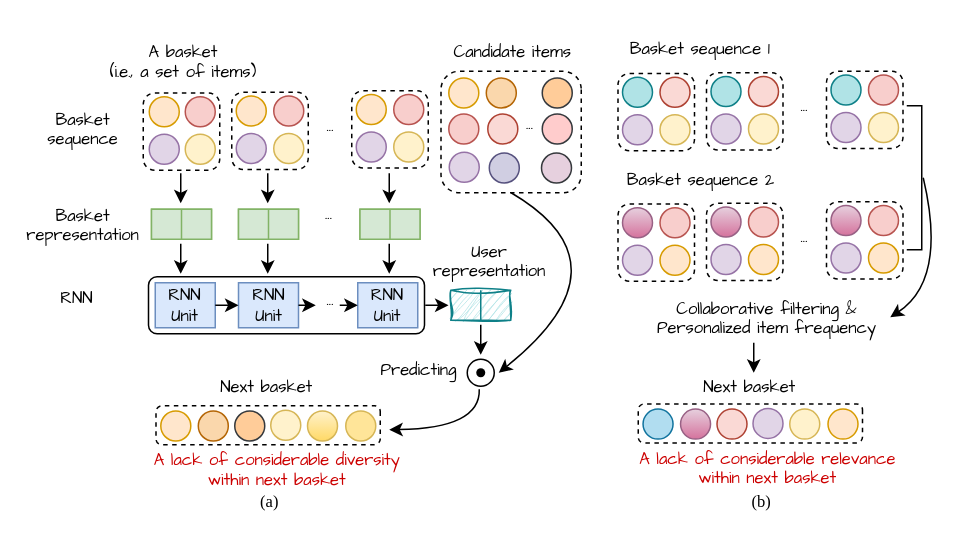
wenqisun/data keeps this draw.io diagram as 未命名绘图.drawio. Above is the earlier version. Source tidied: cells renumbered, new cells numbered last; positions are measured from the earlier drawing's top-left corner, leaving out a move shared by most shapes. Both pictures are drawn from the tidied source at 150%, with x=0, y=0 at pixel (32, 26).
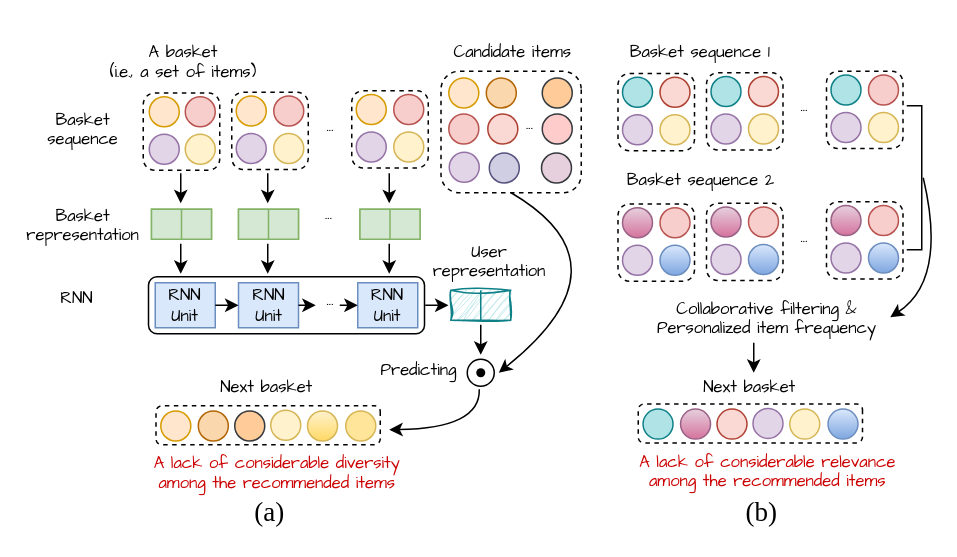
The same diagram, later.

Commit message:
更新未命名绘图.drawio

Unchanged cells that the change refers to:
```xml
<mxCell id="104" style="group;" parent="1" vertex="1">
  <mxGeometry x="390.5" y="118.5" width="51" height="51.5" as="geometry" />
</mxCell>
<mxCell id="110" style="group;" parent="1" vertex="1">
  <mxGeometry x="449.5" y="118" width="51" height="51.5" as="geometry" />
</mxCell>
<mxCell id="116" style="group;" parent="1" vertex="1">
  <mxGeometry x="529.5" y="117" width="51" height="51.5" as="geometry" />
</mxCell>
```

Diff of the diagram source:
```diff
@@
-    <mxCell id="81" value="&lt;p style=&quot;line-height: 0%;&quot;&gt;&lt;span style=&quot;font-size: 11px; font-family: &amp;quot;Comic Sans MS&amp;quot;; background-color: initial;&quot;&gt;&lt;font color=&quot;#cc0000&quot;&gt;A lack of considerable diversity&lt;/font&gt;&lt;/span&gt;&lt;/p&gt;&lt;p style=&quot;line-height: 0%;&quot;&gt;&lt;span style=&quot;font-size: 11px; font-family: &amp;quot;Comic Sans MS&amp;quot;; background-color: initial;&quot;&gt;&lt;font color=&quot;#cc0000&quot;&gt;within next basket&lt;/font&gt;&lt;/span&gt;&lt;/p&gt;" style="text;strokeColor=none;align=center;fillColor=none;html=1;verticalAlign=middle;whiteSpace=wrap;rounded=0;dashed=1;" parent="1" vertex="1">
-      <mxGeometry x="54" y="281" width="218.5" height="28" as="geometry" />
+    <mxCell id="81" value="&lt;p style=&quot;line-height: 0%;&quot;&gt;&lt;span style=&quot;font-size: 11px; font-family: &amp;quot;Comic Sans MS&amp;quot;; background-color: initial;&quot;&gt;&lt;font color=&quot;#cc0000&quot;&gt;A lack of considerable diversity&lt;/font&gt;&lt;/span&gt;&lt;/p&gt;&lt;p style=&quot;line-height: 0%;&quot;&gt;&lt;span style=&quot;font-size: 11px; font-family: &amp;quot;Comic Sans MS&amp;quot;; background-color: initial;&quot;&gt;&lt;font color=&quot;#cc0000&quot;&gt;among the recommended items&lt;/font&gt;&lt;/span&gt;&lt;/p&gt;" style="text;strokeColor=none;align=center;fillColor=none;html=1;verticalAlign=middle;whiteSpace=wrap;rounded=0;dashed=1;" parent="1" vertex="1">
+      <mxGeometry x="54" y="283" width="218.5" height="28" as="geometry" />
     </mxCell>
     <mxCell id="82" value="&lt;p style=&quot;line-height: 0%;&quot;&gt;&lt;font face=&quot;Comic Sans MS&quot; style=&quot;font-size: 11px;&quot;&gt;Basket&amp;nbsp;&lt;/font&gt;&lt;span style=&quot;font-size: 11px; font-family: &amp;quot;Comic Sans MS&amp;quot;; background-color: initial;&quot;&gt;sequence 1&lt;/span&gt;&lt;/p&gt;" style="text;strokeColor=none;align=center;fillColor=none;html=1;verticalAlign=middle;whiteSpace=wrap;rounded=0;dashed=1;" parent="1" vertex="1">
-      <mxGeometry x="390" y="4" width="111" height="22" as="geometry" />
+      <mxGeometry x="390" y="6" width="111" height="22" as="geometry" />
     </mxCell>
@@
-    <mxCell id="109" style="ellipse;whiteSpace=wrap;html=1;fillColor=#ffe6cc;strokeColor=#d79b00;" parent="104" vertex="1">
+    <mxCell id="109" style="ellipse;whiteSpace=wrap;html=1;fillColor=#dae8fc;strokeColor=#6c8ebf;gradientColor=#7ea6e0;" parent="104" vertex="1">
       <mxGeometry x="28" y="27.5" width="20" height="20" as="geometry" />
     </mxCell>
@@
-    <mxCell id="115" style="ellipse;whiteSpace=wrap;html=1;fillColor=#ffe6cc;strokeColor=#d79b00;" parent="110" vertex="1">
+    <mxCell id="115" style="ellipse;whiteSpace=wrap;html=1;fillColor=#dae8fc;strokeColor=#6c8ebf;gradientColor=#7ea6e0;" parent="110" vertex="1">
       <mxGeometry x="28" y="27.5" width="20" height="20" as="geometry" />
     </mxCell>
@@
-    <mxCell id="121" style="ellipse;whiteSpace=wrap;html=1;fillColor=#ffe6cc;strokeColor=#d79b00;" parent="116" vertex="1">
+    <mxCell id="121" style="ellipse;whiteSpace=wrap;html=1;fillColor=#dae8fc;strokeColor=#6c8ebf;gradientColor=#7ea6e0;" parent="116" vertex="1">
       <mxGeometry x="28" y="27.5" width="20" height="20" as="geometry" />
     </mxCell>
@@
-    <mxCell id="128" style="ellipse;whiteSpace=wrap;html=1;fillColor=#b1ddf0;strokeColor=#10739e;" parent="1" vertex="1">
+    <mxCell id="128" style="ellipse;whiteSpace=wrap;html=1;fillColor=#b0e3e6;strokeColor=#0e8088;" parent="1" vertex="1">
       <mxGeometry x="407.2" y="255.2" width="20" height="20" as="geometry" />
     </mxCell>
@@
-    <mxCell id="133" style="ellipse;whiteSpace=wrap;html=1;fillColor=#ffe6cc;strokeColor=#d79b00;" parent="1" vertex="1">
+    <mxCell id="133" style="ellipse;whiteSpace=wrap;html=1;fillColor=#dae8fc;gradientColor=#7ea6e0;strokeColor=#6c8ebf;" parent="1" vertex="1">
       <mxGeometry x="530.5" y="255.2" width="20" height="20" as="geometry" />
     </mxCell>
-    <mxCell id="134" value="&lt;p style=&quot;line-height: 0%;&quot;&gt;&lt;span style=&quot;font-size: 11px; font-family: &amp;quot;Comic Sans MS&amp;quot;; background-color: initial;&quot;&gt;&lt;font color=&quot;#cc0000&quot;&gt;A lack of considerable relevance&lt;/font&gt;&lt;/span&gt;&lt;/p&gt;&lt;p style=&quot;line-height: 0%;&quot;&gt;&lt;span style=&quot;font-size: 11px; font-family: &amp;quot;Comic Sans MS&amp;quot;; background-color: initial;&quot;&gt;&lt;font color=&quot;#cc0000&quot;&gt;within next basket&lt;/font&gt;&lt;/span&gt;&lt;/p&gt;" style="text;strokeColor=none;align=center;fillColor=none;html=1;verticalAlign=middle;whiteSpace=wrap;rounded=0;dashed=1;" parent="1" vertex="1">
-      <mxGeometry x="380.5" y="278.8" width="218.5" height="30.2" as="geometry" />
+    <mxCell id="134" value="&lt;p style=&quot;line-height: 0%;&quot;&gt;&lt;span style=&quot;font-size: 11px; font-family: &amp;quot;Comic Sans MS&amp;quot;; background-color: initial;&quot;&gt;&lt;font color=&quot;#cc0000&quot;&gt;A lack of considerable relevance&lt;/font&gt;&lt;/span&gt;&lt;/p&gt;&lt;p style=&quot;line-height: 0%;&quot;&gt;&lt;font face=&quot;Comic Sans MS&quot; color=&quot;#cc0000&quot;&gt;&lt;span style=&quot;font-size: 11px;&quot;&gt;among the recommended items&lt;/span&gt;&lt;/font&gt;&lt;/p&gt;" style="text;strokeColor=none;align=center;fillColor=none;html=1;verticalAlign=middle;whiteSpace=wrap;rounded=0;dashed=1;" parent="1" vertex="1">
+      <mxGeometry x="380.5" y="280.8" width="218.5" height="30.2" as="geometry" />
     </mxCell>
-    <mxCell id="135" value="&lt;p style=&quot;line-height: 0%;&quot;&gt;&lt;span style=&quot;font-size: 11px;&quot;&gt;&lt;font face=&quot;Times New Roman&quot;&gt;(a)&lt;/font&gt;&lt;/span&gt;&lt;/p&gt;" style="text;strokeColor=none;align=center;fillColor=none;html=1;verticalAlign=middle;whiteSpace=wrap;rounded=0;dashed=1;" parent="1" vertex="1">
-      <mxGeometry x="106.5" y="304" width="103" height="23.5" as="geometry" />
+    <mxCell id="135" value="&lt;p style=&quot;line-height: 0%;&quot;&gt;&lt;font style=&quot;font-size: 18px;&quot; face=&quot;Times New Roman&quot;&gt;(a)&lt;/font&gt;&lt;/p&gt;" style="text;strokeColor=none;align=center;fillColor=none;html=1;verticalAlign=middle;whiteSpace=wrap;rounded=0;dashed=1;" parent="1" vertex="1">
+      <mxGeometry x="106.5" y="312" width="103" height="23.5" as="geometry" />
     </mxCell>
-    <mxCell id="136" value="&lt;p style=&quot;line-height: 0%;&quot;&gt;&lt;span style=&quot;font-size: 11px;&quot;&gt;&lt;font face=&quot;Times New Roman&quot;&gt;(b)&lt;/font&gt;&lt;/span&gt;&lt;/p&gt;" style="text;strokeColor=none;align=center;fillColor=none;html=1;verticalAlign=middle;whiteSpace=wrap;rounded=0;dashed=1;" parent="1" vertex="1">
-      <mxGeometry x="434.5" y="304" width="103" height="23.5" as="geometry" />
+    <mxCell id="136" value="&lt;p style=&quot;line-height: 0%;&quot;&gt;&lt;font style=&quot;font-size: 18px;&quot; face=&quot;Times New Roman&quot;&gt;(b)&lt;/font&gt;&lt;/p&gt;" style="text;strokeColor=none;align=center;fillColor=none;html=1;verticalAlign=middle;whiteSpace=wrap;rounded=0;dashed=1;" parent="1" vertex="1">
+      <mxGeometry x="434.5" y="312" width="103" height="23.5" as="geometry" />
     </mxCell>
```
